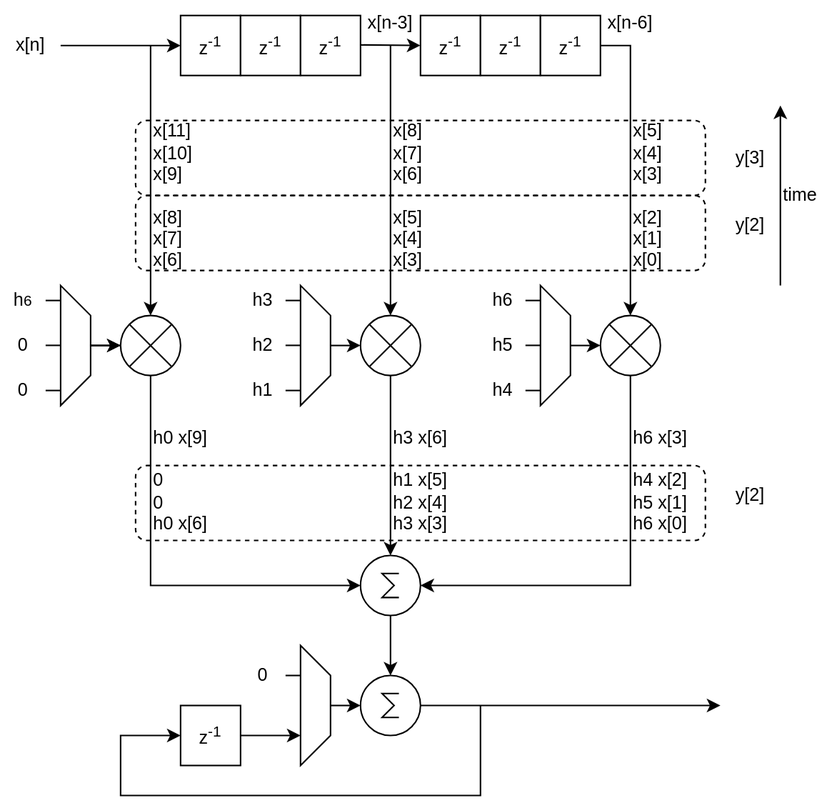
tomverbeure/tomverbeure.github.io keeps this draw.io diagram as assets/polyphase/polyphase-delay_input_multiply_in_fast_domain_annotated.drawio.svg. Above is the earlier version. Source tidied: cells renumbered, new cells last; positions are measured from the earlier drawing's top-left corner, leaving out a move shared by most shapes.
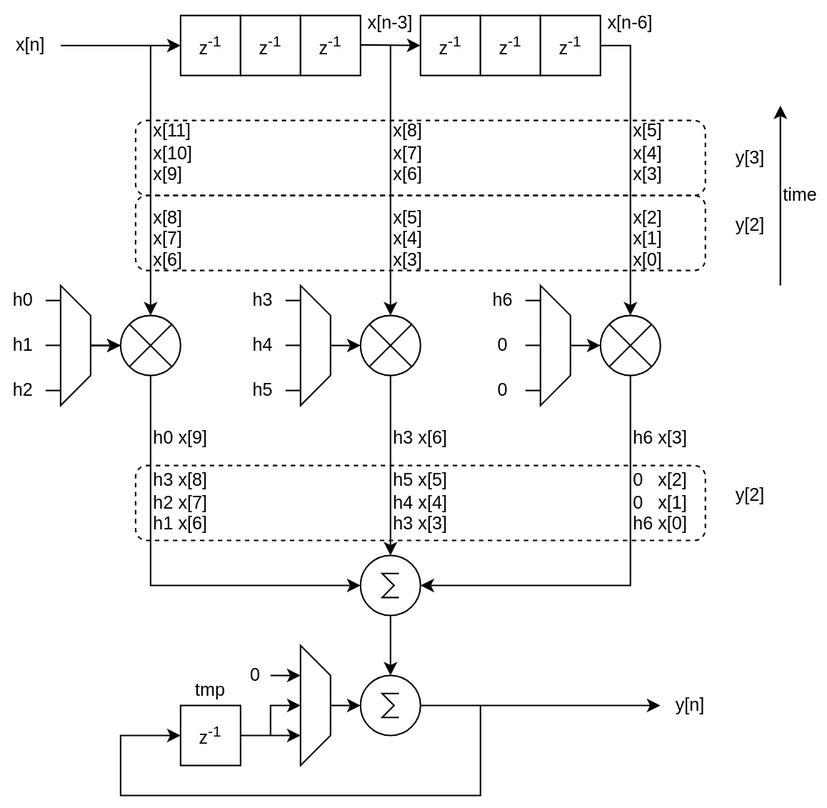
After the change.

Diff of the diagram source:
```diff
@@ -173,14 +173,8 @@
     <mxCell id="37" style="shape=trapezoid;perimeter=trapezoidPerimeter;whiteSpace=wrap;html=1;fixedSize=1;rotation=90;" parent="1" vertex="1">
       <mxGeometry x="170" y="460" width="80" height="20" as="geometry" />
     </mxCell>
-    <mxCell id="38" style="endArrow=none;html=1;rounded=0;entryX=0.25;entryY=1;entryDx=0;entryDy=0;" parent="1" edge="1">
-      <mxGeometry relative="1" as="geometry">
-        <mxPoint x="190" y="450" as="sourcePoint" />
-        <mxPoint x="200" y="450" as="targetPoint" />
-      </mxGeometry>
-    </mxCell>
     <mxCell id="39" value="0" style="text;html=1;strokeColor=none;fillColor=none;align=center;verticalAlign=middle;whiteSpace=wrap;rounded=0;" parent="1" vertex="1">
-      <mxGeometry x="160" y="440" width="30" height="20" as="geometry" />
+      <mxGeometry x="160" y="440" width="20" height="20" as="geometry" />
     </mxCell>
     <mxCell id="40" style="endArrow=classic;html=1;rounded=0;exitX=1;exitY=0.5;exitDx=0;exitDy=0;exitPerimeter=0;entryX=0.75;entryY=1;entryDx=0;entryDy=0;" parent="1" edge="1" target="37">
       <mxGeometry relative="1" as="geometry">
@@ -192,7 +186,7 @@
     </mxCell>
     <mxCell id="42" style="endArrow=classic;html=1;rounded=0;exitX=1;exitY=0.5;exitDx=0;exitDy=0;exitPerimeter=0;" parent="1" edge="1" source="35">
       <mxGeometry relative="1" as="geometry">
-        <mxPoint x="480" y="470" as="targetPoint" />
+        <mxPoint x="440" y="470" as="targetPoint" />
       </mxGeometry>
     </mxCell>
     <mxCell id="43" style="endArrow=classic;html=1;rounded=0;entryX=0;entryY=0.5;entryDx=0;entryDy=0;" parent="1" edge="1">
@@ -242,40 +236,40 @@
     <mxCell id="55" style="rounded=1;whiteSpace=wrap;html=1;fillColor=none;dashed=1;" parent="1" vertex="1">
       <mxGeometry x="90" y="310" width="380" height="50" as="geometry" />
     </mxCell>
-    <mxCell id="56" value="h6 x[3]&lt;br&gt;&lt;br&gt;h4 x[2]&lt;br&gt;h5 x[1]&lt;br&gt;h6 x[0]" style="text;html=1;strokeColor=none;fillColor=none;align=left;verticalAlign=middle;whiteSpace=wrap;rounded=0;" parent="1" vertex="1">
+    <mxCell id="56" value="h6 x[3]&lt;br&gt;&lt;br&gt;0&amp;nbsp; &amp;nbsp;x[2]&lt;br&gt;0&amp;nbsp; &amp;nbsp;x[1]&lt;br&gt;h6 x[0]" style="text;html=1;strokeColor=none;fillColor=none;align=left;verticalAlign=middle;whiteSpace=wrap;rounded=0;" parent="1" vertex="1">
       <mxGeometry x="420" y="270" width="60" height="100" as="geometry" />
     </mxCell>
-    <mxCell id="57" value="h3 x[6]&lt;br&gt;&lt;br&gt;h1 x[5]&lt;br&gt;h2 x[4]&lt;br&gt;h3 x[3]" style="text;html=1;strokeColor=none;fillColor=none;align=left;verticalAlign=middle;whiteSpace=wrap;rounded=0;" parent="1" vertex="1">
+    <mxCell id="57" value="h3 x[6]&lt;br&gt;&lt;br&gt;h5 x[5]&lt;br&gt;h4 x[4]&lt;br&gt;h3 x[3]" style="text;html=1;strokeColor=none;fillColor=none;align=left;verticalAlign=middle;whiteSpace=wrap;rounded=0;" parent="1" vertex="1">
       <mxGeometry x="260" y="270" width="60" height="100" as="geometry" />
     </mxCell>
-    <mxCell id="58" value="h0 x[9]&lt;br&gt;&lt;br&gt;0&lt;br&gt;0&lt;br&gt;h0 x[6]" style="text;html=1;strokeColor=none;fillColor=none;align=left;verticalAlign=middle;whiteSpace=wrap;rounded=0;" parent="1" vertex="1">
+    <mxCell id="58" value="h0 x[9]&lt;br&gt;&lt;br&gt;h3 x[8]&lt;br&gt;h2 x[7]&lt;br&gt;h1 x[6]" style="text;html=1;strokeColor=none;fillColor=none;align=left;verticalAlign=middle;whiteSpace=wrap;rounded=0;" parent="1" vertex="1">
       <mxGeometry x="100" y="270" width="60" height="100" as="geometry" />
     </mxCell>
-    <mxCell id="59" value="h&lt;span style=&quot;font-size: 10px;&quot;&gt;6&lt;/span&gt;" style="text;html=1;strokeColor=none;fillColor=none;align=center;verticalAlign=middle;whiteSpace=wrap;rounded=0;" parent="1" vertex="1">
+    <mxCell id="59" value="h0" style="text;html=1;strokeColor=none;fillColor=none;align=center;verticalAlign=middle;whiteSpace=wrap;rounded=0;" parent="1" vertex="1">
       <mxGeometry y="190" width="30" height="20" as="geometry" />
     </mxCell>
-    <mxCell id="60" value="0" style="text;html=1;strokeColor=none;fillColor=none;align=center;verticalAlign=middle;whiteSpace=wrap;rounded=0;" parent="1" vertex="1">
+    <mxCell id="60" value="h1" style="text;html=1;strokeColor=none;fillColor=none;align=center;verticalAlign=middle;whiteSpace=wrap;rounded=0;" parent="1" vertex="1">
       <mxGeometry y="220" width="30" height="20" as="geometry" />
     </mxCell>
-    <mxCell id="61" value="0" style="text;html=1;strokeColor=none;fillColor=none;align=center;verticalAlign=middle;whiteSpace=wrap;rounded=0;" parent="1" vertex="1">
+    <mxCell id="61" value="h2" style="text;html=1;strokeColor=none;fillColor=none;align=center;verticalAlign=middle;whiteSpace=wrap;rounded=0;" parent="1" vertex="1">
       <mxGeometry y="250" width="30" height="20" as="geometry" />
     </mxCell>
     <mxCell id="62" value="h6" style="text;html=1;strokeColor=none;fillColor=none;align=center;verticalAlign=middle;whiteSpace=wrap;rounded=0;" parent="1" vertex="1">
       <mxGeometry x="320" y="190" width="30" height="20" as="geometry" />
     </mxCell>
-    <mxCell id="63" value="h5" style="text;html=1;strokeColor=none;fillColor=none;align=center;verticalAlign=middle;whiteSpace=wrap;rounded=0;" parent="1" vertex="1">
+    <mxCell id="63" value="0" style="text;html=1;strokeColor=none;fillColor=none;align=center;verticalAlign=middle;whiteSpace=wrap;rounded=0;" parent="1" vertex="1">
       <mxGeometry x="320" y="220" width="30" height="20" as="geometry" />
     </mxCell>
-    <mxCell id="64" value="h4" style="text;html=1;strokeColor=none;fillColor=none;align=center;verticalAlign=middle;whiteSpace=wrap;rounded=0;" parent="1" vertex="1">
+    <mxCell id="64" value="0" style="text;html=1;strokeColor=none;fillColor=none;align=center;verticalAlign=middle;whiteSpace=wrap;rounded=0;" parent="1" vertex="1">
       <mxGeometry x="320" y="250" width="30" height="20" as="geometry" />
     </mxCell>
     <mxCell id="65" value="h3" style="text;html=1;strokeColor=none;fillColor=none;align=center;verticalAlign=middle;whiteSpace=wrap;rounded=0;" parent="1" vertex="1">
       <mxGeometry x="160" y="190" width="30" height="20" as="geometry" />
     </mxCell>
-    <mxCell id="66" value="h2" style="text;html=1;strokeColor=none;fillColor=none;align=center;verticalAlign=middle;whiteSpace=wrap;rounded=0;" parent="1" vertex="1">
+    <mxCell id="66" value="h4" style="text;html=1;strokeColor=none;fillColor=none;align=center;verticalAlign=middle;whiteSpace=wrap;rounded=0;" parent="1" vertex="1">
       <mxGeometry x="160" y="220" width="30" height="20" as="geometry" />
     </mxCell>
-    <mxCell id="67" value="h1" style="text;html=1;strokeColor=none;fillColor=none;align=center;verticalAlign=middle;whiteSpace=wrap;rounded=0;" parent="1" vertex="1">
+    <mxCell id="67" value="h5" style="text;html=1;strokeColor=none;fillColor=none;align=center;verticalAlign=middle;whiteSpace=wrap;rounded=0;" parent="1" vertex="1">
       <mxGeometry x="160" y="250" width="30" height="20" as="geometry" />
     </mxCell>
     <mxCell id="68" value="y[2]" style="text;html=1;strokeColor=none;fillColor=none;align=center;verticalAlign=middle;whiteSpace=wrap;rounded=0;" parent="1" vertex="1">
@@ -293,5 +287,25 @@
     <mxCell id="71" value="time" style="text;html=1;strokeColor=none;fillColor=none;align=left;verticalAlign=middle;whiteSpace=wrap;rounded=0;" parent="1" vertex="1">
       <mxGeometry x="520" y="115" width="30" height="30" as="geometry" />
     </mxCell>
+    <mxCell id="72" value="y[n]" style="text;html=1;strokeColor=none;fillColor=none;align=center;verticalAlign=middle;whiteSpace=wrap;rounded=0;" parent="1" vertex="1">
+      <mxGeometry x="440" y="460" width="40" height="20" as="geometry" />
+    </mxCell>
+    <mxCell id="73" value="tmp" style="text;html=1;strokeColor=none;fillColor=none;align=center;verticalAlign=middle;whiteSpace=wrap;rounded=0;" parent="1" vertex="1">
+      <mxGeometry x="120" y="450" width="40" height="20" as="geometry" />
+    </mxCell>
+    <mxCell id="74" style="endArrow=classic;html=1;rounded=0;entryX=0.5;entryY=1;entryDx=0;entryDy=0;" parent="1" edge="1" target="37">
+      <mxGeometry relative="1" as="geometry">
+        <mxPoint x="180" y="490" as="sourcePoint" />
+        <Array as="points">
+          <mxPoint x="180" y="470" />
+        </Array>
+      </mxGeometry>
+    </mxCell>
+    <mxCell id="75" style="endArrow=classic;html=1;rounded=0;entryX=0.75;entryY=1;entryDx=0;entryDy=0;" parent="1" edge="1">
+      <mxGeometry relative="1" as="geometry">
+        <mxPoint x="180" y="450" as="sourcePoint" />
+        <mxPoint x="200" y="450" as="targetPoint" />
+      </mxGeometry>
+    </mxCell>
   </root>
 </mxGraphModel>
```
